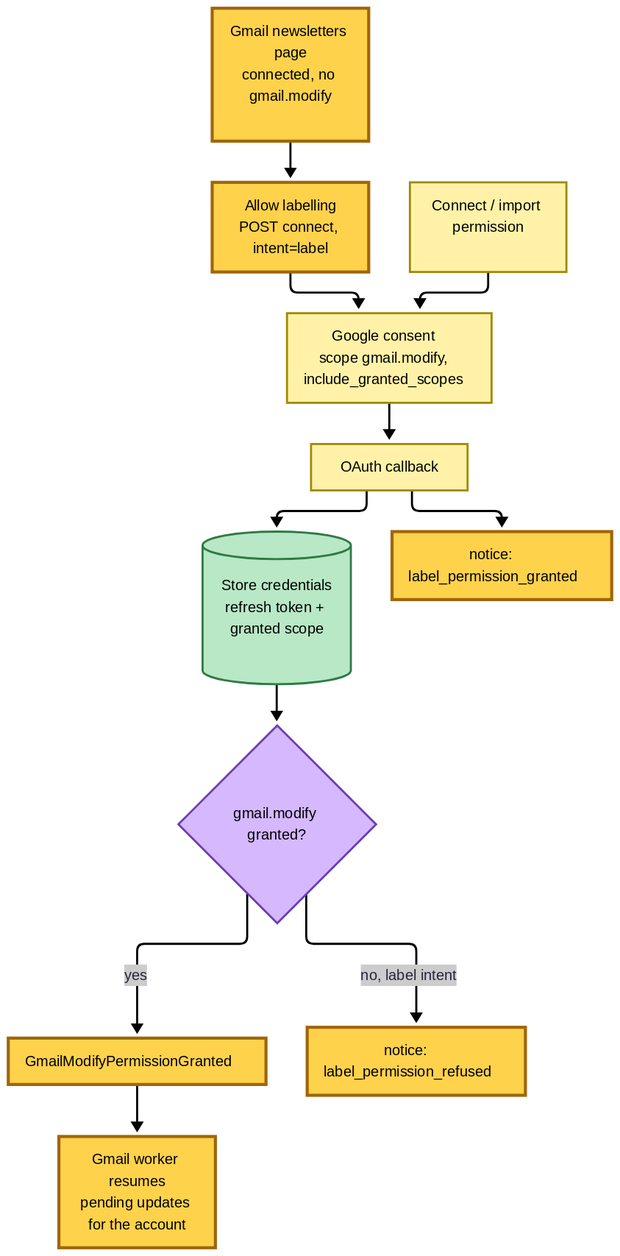
Above: .architecture/2026-10-27-b918eea/diagrams/permission.svg in Readplace/readplace.com (BPMN), before the change. Its source is kept beside it as .architecture/2026-10-27-b918eea/diagrams-bpmn/permission.bpmn. Ids are renumbered.
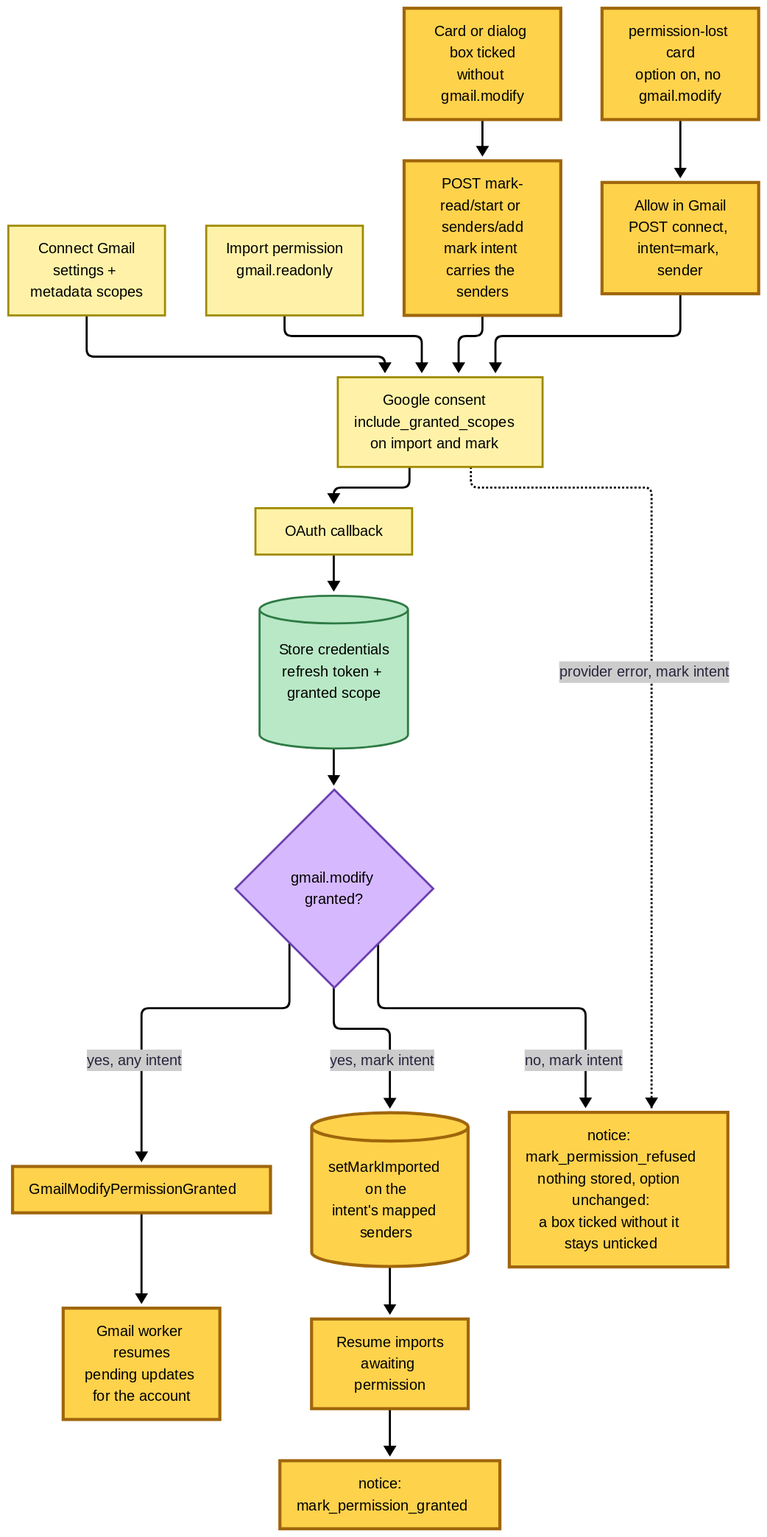
The same file after the commit.

Change to the diagram source:
```diff
@@ -1,143 +1,215 @@
 <bpmn:definitions xmlns:bpmn="http://www.omg.org/spec/BPMN/20100524/MODEL" xmlns:bpmndi="http://www.omg.org/spec/BPMN/20100524/DI" xmlns:dc="http://www.omg.org/spec/DD/20100524/DC" xmlns:di="http://www.omg.org/spec/DD/20100524/DI" id="Definitions_permission" targetNamespace="http://readplace.com/architecture/bpmn">
   <bpmn:process id="Process_permission" name="permission" isExecutable="false">
-    <bpmn:task id="n_PAGE" name="Gmail newsletters page connected, no gmail.modify">
+    <bpmn:serviceTask id="n_CONNECT" name="Connect Gmail settings + metadata scopes">
       <bpmn:outgoing>f_0</bpmn:outgoing>
+    </bpmn:serviceTask>
+    <bpmn:serviceTask id="n_GOOGLE" name="Google consent include_granted_scopes on import and mark">
+      <bpmn:incoming>f_0</bpmn:incoming>
+      <bpmn:incoming>f_1</bpmn:incoming>
+      <bpmn:incoming>f_4</bpmn:incoming>
+      <bpmn:incoming>f_5</bpmn:incoming>
+      <bpmn:outgoing>f_6</bpmn:outgoing>
+      <bpmn:outgoing>f_7</bpmn:outgoing>
+    </bpmn:serviceTask>
+    <bpmn:serviceTask id="n_IMPORT" name="Import permission gmail.readonly">
+      <bpmn:outgoing>f_1</bpmn:outgoing>
+    </bpmn:serviceTask>
+    <bpmn:task id="n_TICK" name="Card or dialog box ticked without gmail.modify">
+      <bpmn:outgoing>f_2</bpmn:outgoing>
     </bpmn:task>
-    <bpmn:task id="n_PROMPT" name="Allow labelling POST connect, intent=label">
-      <bpmn:incoming>f_0</bpmn:incoming>
-      <bpmn:outgoing>f_1</bpmn:outgoing>
+    <bpmn:task id="n_BEGIN" name="POST mark-read/start or senders/add mark intent carries the senders">
+      <bpmn:incoming>f_2</bpmn:incoming>
+      <bpmn:outgoing>f_4</bpmn:outgoing>
     </bpmn:task>
-    <bpmn:serviceTask id="n_GOOGLE" name="Google consent scope gmail.modify, include_granted_scopes">
-      <bpmn:incoming>f_1</bpmn:incoming>
-      <bpmn:incoming>f_2</bpmn:incoming>
+    <bpmn:task id="n_ROW" name="permission-lost card option on, no gmail.modify">
       <bpmn:outgoing>f_3</bpmn:outgoing>
+    </bpmn:task>
+    <bpmn:task id="n_ALLOW" name="Allow in Gmail POST connect, intent=mark, sender">
+      <bpmn:incoming>f_3</bpmn:incoming>
+      <bpmn:outgoing>f_5</bpmn:outgoing>
+    </bpmn:task>
+    <bpmn:serviceTask id="n_CB" name="OAuth callback">
+      <bpmn:incoming>f_6</bpmn:incoming>
     </bpmn:serviceTask>
-    <bpmn:serviceTask id="n_CONNECT" name="Connect / import permission">
-      <bpmn:outgoing>f_2</bpmn:outgoing>
-    </bpmn:serviceTask>
-    <bpmn:serviceTask id="n_CB" name="OAuth callback">
-      <bpmn:incoming>f_3</bpmn:incoming>
-      <bpmn:outgoing>f_9</bpmn:outgoing>
+    <bpmn:serviceTask id="n_REFUSED" name="notice: mark_permission_refused nothing stored, option unchanged: a box ticked without it stays unticked">
+      <bpmn:incoming>f_7</bpmn:incoming>
+      <bpmn:incoming>f_15</bpmn:incoming>
     </bpmn:serviceTask>
     <bpmn:dataStoreReference id="n_CRED" name="Store credentials refresh token + granted scope"></bpmn:dataStoreReference>
     <bpmn:businessRuleTask id="n_HAS" name="gmail.modify granted?">
-      <bpmn:outgoing>f_6</bpmn:outgoing>
-      <bpmn:outgoing>f_7</bpmn:outgoing>
+      <bpmn:outgoing>f_10</bpmn:outgoing>
+      <bpmn:outgoing>f_15</bpmn:outgoing>
     </bpmn:businessRuleTask>
     <bpmn:task id="n_GRANT" name="GmailModifyPermissionGranted">
-      <bpmn:incoming>f_6</bpmn:incoming>
-      <bpmn:outgoing>f_8</bpmn:outgoing>
-    </bpmn:task>
-    <bpmn:task id="n_REFUSED" name="notice: label_permission_refused">
-      <bpmn:incoming>f_7</bpmn:incoming>
+      <bpmn:incoming>f_10</bpmn:incoming>
+      <bpmn:outgoing>f_11</bpmn:outgoing>
     </bpmn:task>
     <bpmn:serviceTask id="n_RESUME" name="Gmail worker resumes pending updates for the account">
-      <bpmn:incoming>f_8</bpmn:incoming>
+      <bpmn:incoming>f_11</bpmn:incoming>
     </bpmn:serviceTask>
-    <bpmn:task id="n_NOTICE" name="notice: label_permission_granted">
-      <bpmn:incoming>f_9</bpmn:incoming>
+    <bpmn:dataStoreReference id="n_TURNON" name="setMarkImported on the intent's mapped senders"></bpmn:dataStoreReference>
+    <bpmn:task id="n_AWAIT" name="Resume imports awaiting permission">
+      <bpmn:outgoing>f_14</bpmn:outgoing>
     </bpmn:task>
-    <bpmn:sequenceFlow id="f_0" name="" sourceRef="n_PAGE" targetRef="n_PROMPT" />
-    <bpmn:sequenceFlow id="f_1" name="" sourceRef="n_PROMPT" targetRef="n_GOOGLE" />
-    <bpmn:sequenceFlow id="f_2" name="" sourceRef="n_CONNECT" targetRef="n_GOOGLE" />
-    <bpmn:sequenceFlow id="f_3" name="" sourceRef="n_GOOGLE" targetRef="n_CB" />
-    <bpmn:sequenceFlow id="f_6" name="yes" sourceRef="n_HAS" targetRef="n_GRANT" />
-    <bpmn:sequenceFlow id="f_7" name="no, label intent" sourceRef="n_HAS" targetRef="n_REFUSED" />
-    <bpmn:sequenceFlow id="f_8" name="" sourceRef="n_GRANT" targetRef="n_RESUME" />
-    <bpmn:sequenceFlow id="f_9" name="" sourceRef="n_CB" targetRef="n_NOTICE" />
-    <bpmn:association id="f_4" sourceRef="n_CB" targetRef="n_CRED" associationDirection="One" />
-    <bpmn:association id="f_5" sourceRef="n_CRED" targetRef="n_HAS" associationDirection="One" />
+    <bpmn:task id="n_GRANTED" name="notice: mark_permission_granted">
+      <bpmn:incoming>f_14</bpmn:incoming>
+    </bpmn:task>
+    <bpmn:sequenceFlow id="f_0" name="" sourceRef="n_CONNECT" targetRef="n_GOOGLE" />
+    <bpmn:sequenceFlow id="f_1" name="" sourceRef="n_IMPORT" targetRef="n_GOOGLE" />
+    <bpmn:sequenceFlow id="f_2" name="" sourceRef="n_TICK" targetRef="n_BEGIN" />
+    <bpmn:sequenceFlow id="f_3" name="" sourceRef="n_ROW" targetRef="n_ALLOW" />
+    <bpmn:sequenceFlow id="f_4" name="" sourceRef="n_BEGIN" targetRef="n_GOOGLE" />
+    <bpmn:sequenceFlow id="f_5" name="" sourceRef="n_ALLOW" targetRef="n_GOOGLE" />
+    <bpmn:sequenceFlow id="f_6" name="" sourceRef="n_GOOGLE" targetRef="n_CB" />
+    <bpmn:sequenceFlow id="f_7" name="provider error, mark intent" sourceRef="n_GOOGLE" targetRef="n_REFUSED" />
+    <bpmn:sequenceFlow id="f_10" name="yes, any intent" sourceRef="n_HAS" targetRef="n_GRANT" />
+    <bpmn:sequenceFlow id="f_11" name="" sourceRef="n_GRANT" targetRef="n_RESUME" />
+    <bpmn:sequenceFlow id="f_14" name="" sourceRef="n_AWAIT" targetRef="n_GRANTED" />
+    <bpmn:sequenceFlow id="f_15" name="no, mark intent" sourceRef="n_HAS" targetRef="n_REFUSED" />
+    <bpmn:association id="f_8" sourceRef="n_CB" targetRef="n_CRED" associationDirection="One" />
+    <bpmn:association id="f_9" sourceRef="n_CRED" targetRef="n_HAS" associationDirection="One" />
+    <bpmn:association id="f_12" sourceRef="n_HAS" targetRef="n_TURNON" associationDirection="One" />
+    <bpmn:association id="f_13" sourceRef="n_TURNON" targetRef="n_AWAIT" associationDirection="One" />
   </bpmn:process>
   <bpmndi:BPMNDiagram id="Diagram_permission">
     <bpmndi:BPMNPlane id="Plane_permission" bpmnElement="Process_permission">
-      <bpmndi:BPMNShape id="n_PAGE_di" bpmnElement="n_PAGE">
-        <dc:Bounds x="54.13" y="28" width="197.75" height="52" />
-      </bpmndi:BPMNShape>
-      <bpmndi:BPMNShape id="n_PROMPT_di" bpmnElement="n_PROMPT">
-        <dc:Bounds x="140.13" y="138" width="197.5" height="52" />
+      <bpmndi:BPMNShape id="n_CONNECT_di" bpmnElement="n_CONNECT">
+        <dc:Bounds x="28" y="28" width="201.5" height="52" />
       </bpmndi:BPMNShape>
       <bpmndi:BPMNShape id="n_GOOGLE_di" bpmnElement="n_GOOGLE">
-        <dc:Bounds x="151.63" y="248" width="174.5" height="68" />
+        <dc:Bounds x="356.88" y="280" width="174.5" height="68" />
       </bpmndi:BPMNShape>
-      <bpmndi:BPMNShape id="n_CONNECT_di" bpmnElement="n_CONNECT">
-        <dc:Bounds x="287.88" y="28" width="135.75" height="52" />
+      <bpmndi:BPMNShape id="n_IMPORT_di" bpmnElement="n_IMPORT">
+        <dc:Bounds x="265.5" y="28" width="147.25" height="52" />
+      </bpmndi:BPMNShape>
+      <bpmndi:BPMNShape id="n_TICK_di" bpmnElement="n_TICK">
+        <dc:Bounds x="448.75" y="28" width="183.25" height="52" />
+      </bpmndi:BPMNShape>
+      <bpmndi:BPMNShape id="n_BEGIN_di" bpmnElement="n_BEGIN">
+        <dc:Bounds x="252.5" y="138" width="192" height="84" />
+      </bpmndi:BPMNShape>
+      <bpmndi:BPMNShape id="n_ROW_di" bpmnElement="n_ROW">
+        <dc:Bounds x="668" y="28" width="192.25" height="52" />
+      </bpmndi:BPMNShape>
+      <bpmndi:BPMNShape id="n_ALLOW_di" bpmnElement="n_ALLOW">
+        <dc:Bounds x="480.5" y="146" width="155.25" height="68" />
       </bpmndi:BPMNShape>
       <bpmndi:BPMNShape id="n_CB_di" bpmnElement="n_CB">
-        <dc:Bounds x="179.5" y="374" width="118.75" height="48" />
+        <dc:Bounds x="384.75" y="406" width="118.75" height="48" />
+      </bpmndi:BPMNShape>
+      <bpmndi:BPMNShape id="n_REFUSED_di" bpmnElement="n_REFUSED">
+        <dc:Bounds x="132.79" y="755" width="190.5" height="116" />
       </bpmndi:BPMNShape>
       <bpmndi:BPMNShape id="n_CRED_di" bpmnElement="n_CRED">
-        <dc:Bounds x="32.13" y="480" width="190" height="48" />
+        <dc:Bounds x="349.13" y="512" width="190" height="48" />
       </bpmndi:BPMNShape>
       <bpmndi:BPMNShape id="n_HAS_di" bpmnElement="n_HAS">
-        <dc:Bounds x="154.75" y="617" width="168.25" height="48" />
+        <dc:Bounds x="360" y="649" width="168.25" height="48" />
       </bpmndi:BPMNShape>
       <bpmndi:BPMNShape id="n_GRANT_di" bpmnElement="n_GRANT">
-        <dc:Bounds x="28" y="723" width="198.25" height="52" />
-      </bpmndi:BPMNShape>
-      <bpmndi:BPMNShape id="n_REFUSED_di" bpmnElement="n_REFUSED">
-        <dc:Bounds x="262.25" y="723" width="187.5" height="52" />
+        <dc:Bounds x="359.29" y="787" width="198.25" height="52" />
       </bpmndi:BPMNShape>
       <bpmndi:BPMNShape id="n_RESUME_di" bpmnElement="n_RESUME">
-        <dc:Bounds x="150.88" y="833" width="176" height="68" />
+        <dc:Bounds x="261" y="929" width="176" height="68" />
       </bpmndi:BPMNShape>
-      <bpmndi:BPMNShape id="n_NOTICE_di" bpmnElement="n_NOTICE">
-        <dc:Bounds x="258.13" y="493.5" width="187.5" height="52" />
+      <bpmndi:BPMNShape id="n_TURNON_di" bpmnElement="n_TURNON">
+        <dc:Bounds x="593.54" y="773.5" width="161.92" height="48" />
+      </bpmndi:BPMNShape>
+      <bpmndi:BPMNShape id="n_AWAIT_di" bpmnElement="n_AWAIT">
+        <dc:Bounds x="473" y="937" width="154.25" height="52" />
+      </bpmndi:BPMNShape>
+      <bpmndi:BPMNShape id="n_GRANTED_di" bpmnElement="n_GRANTED">
+        <dc:Bounds x="348.88" y="1055" width="190.5" height="52" />
       </bpmndi:BPMNShape>
       <bpmndi:BPMNEdge id="f_0_di" bpmnElement="f_0">
-        <di:waypoint x="153" y="80" />
-        <di:waypoint x="153" y="109" />
-        <di:waypoint x="238.88" y="109" />
-        <di:waypoint x="238.88" y="138" />
+        <di:waypoint x="128.75" y="80" />
+        <di:waypoint x="128.75" y="180" />
+        <di:waypoint x="444.13" y="180" />
+        <di:waypoint x="444.13" y="280" />
       </bpmndi:BPMNEdge>
       <bpmndi:BPMNEdge id="f_1_di" bpmnElement="f_1">
-        <di:waypoint x="238.88" y="190" />
-        <di:waypoint x="238.88" y="248" />
+        <di:waypoint x="339.13" y="80" />
+        <di:waypoint x="339.13" y="180" />
+        <di:waypoint x="444.13" y="180" />
+        <di:waypoint x="444.13" y="280" />
       </bpmndi:BPMNEdge>
       <bpmndi:BPMNEdge id="f_2_di" bpmnElement="f_2">
-        <di:waypoint x="355.75" y="80" />
-        <di:waypoint x="355.75" y="164" />
-        <di:waypoint x="238.88" y="164" />
-        <di:waypoint x="238.88" y="248" />
+        <di:waypoint x="540.38" y="80" />
+        <di:waypoint x="540.38" y="109" />
+        <di:waypoint x="348.5" y="109" />
+        <di:waypoint x="348.5" y="138" />
       </bpmndi:BPMNEdge>
       <bpmndi:BPMNEdge id="f_3_di" bpmnElement="f_3">
-        <di:waypoint x="238.88" y="316" />
-        <di:waypoint x="238.88" y="374" />
+        <di:waypoint x="764.13" y="80" />
+        <di:waypoint x="764.13" y="113" />
+        <di:waypoint x="558.13" y="113" />
+        <di:waypoint x="558.13" y="146" />
+      </bpmndi:BPMNEdge>
+      <bpmndi:BPMNEdge id="f_4_di" bpmnElement="f_4">
+        <di:waypoint x="348.5" y="222" />
+        <di:waypoint x="348.5" y="251" />
+        <di:waypoint x="444.13" y="251" />
+        <di:waypoint x="444.13" y="280" />
+      </bpmndi:BPMNEdge>
+      <bpmndi:BPMNEdge id="f_5_di" bpmnElement="f_5">
+        <di:waypoint x="558.13" y="214" />
+        <di:waypoint x="558.13" y="247" />
+        <di:waypoint x="444.13" y="247" />
+        <di:waypoint x="444.13" y="280" />
       </bpmndi:BPMNEdge>
       <bpmndi:BPMNEdge id="f_6_di" bpmnElement="f_6">
-        <di:waypoint x="238.88" y="665" />
-        <di:waypoint x="238.88" y="694" />
-        <di:waypoint x="127.13" y="694" />
-        <di:waypoint x="127.13" y="723" />
+        <di:waypoint x="444.13" y="348" />
+        <di:waypoint x="444.13" y="406" />
       </bpmndi:BPMNEdge>
       <bpmndi:BPMNEdge id="f_7_di" bpmnElement="f_7">
-        <di:waypoint x="238.88" y="665" />
-        <di:waypoint x="238.88" y="694" />
-        <di:waypoint x="356" y="694" />
-        <di:waypoint x="356" y="723" />
+        <di:waypoint x="444.13" y="348" />
+        <di:waypoint x="444.13" y="551.5" />
+        <di:waypoint x="228.04" y="551.5" />
+        <di:waypoint x="228.04" y="755" />
+      </bpmndi:BPMNEdge>
+      <bpmndi:BPMNEdge id="f_10_di" bpmnElement="f_10">
+        <di:waypoint x="444.13" y="697" />
+        <di:waypoint x="444.13" y="742" />
+        <di:waypoint x="458.42" y="742" />
+        <di:waypoint x="458.42" y="787" />
+      </bpmndi:BPMNEdge>
+      <bpmndi:BPMNEdge id="f_11_di" bpmnElement="f_11">
+        <di:waypoint x="458.42" y="839" />
+        <di:waypoint x="458.42" y="884" />
+        <di:waypoint x="349" y="884" />
+        <di:waypoint x="349" y="929" />
+      </bpmndi:BPMNEdge>
+      <bpmndi:BPMNEdge id="f_14_di" bpmnElement="f_14">
+        <di:waypoint x="550.13" y="989" />
+        <di:waypoint x="550.13" y="1022" />
+        <di:waypoint x="444.13" y="1022" />
+        <di:waypoint x="444.13" y="1055" />
+      </bpmndi:BPMNEdge>
+      <bpmndi:BPMNEdge id="f_15_di" bpmnElement="f_15">
+        <di:waypoint x="444.13" y="697" />
+        <di:waypoint x="444.13" y="726" />
+        <di:waypoint x="228.04" y="726" />
+        <di:waypoint x="228.04" y="755" />
       </bpmndi:BPMNEdge>
       <bpmndi:BPMNEdge id="f_8_di" bpmnElement="f_8">
-        <di:waypoint x="127.13" y="775" />
-        <di:waypoint x="127.13" y="804" />
-        <di:waypoint x="238.88" y="804" />
-        <di:waypoint x="238.88" y="833" />
+        <di:waypoint x="444.13" y="454" />
+        <di:waypoint x="444.13" y="512" />
       </bpmndi:BPMNEdge>
       <bpmndi:BPMNEdge id="f_9_di" bpmnElement="f_9">
-        <di:waypoint x="238.88" y="422" />
-        <di:waypoint x="238.88" y="457.75" />
-        <di:waypoint x="351.88" y="457.75" />
-        <di:waypoint x="351.88" y="493.5" />
+        <di:waypoint x="444.13" y="560" />
+        <di:waypoint x="444.13" y="649" />
       </bpmndi:BPMNEdge>
-      <bpmndi:BPMNEdge id="f_4_di" bpmnElement="f_4">
-        <di:waypoint x="238.88" y="422" />
-        <di:waypoint x="238.88" y="451" />
-        <di:waypoint x="127.13" y="451" />
-        <di:waypoint x="127.13" y="480" />
+      <bpmndi:BPMNEdge id="f_12_di" bpmnElement="f_12">
+        <di:waypoint x="444.13" y="697" />
+        <di:waypoint x="444.13" y="735.25" />
+        <di:waypoint x="674.5" y="735.25" />
+        <di:waypoint x="674.5" y="773.5" />
       </bpmndi:BPMNEdge>
-      <bpmndi:BPMNEdge id="f_5_di" bpmnElement="f_5">
-        <di:waypoint x="127.13" y="528" />
-        <di:waypoint x="127.13" y="572.5" />
-        <di:waypoint x="238.88" y="572.5" />
-        <di:waypoint x="238.88" y="617" />
+      <bpmndi:BPMNEdge id="f_13_di" bpmnElement="f_13">
+        <di:waypoint x="674.5" y="821.5" />
+        <di:waypoint x="674.5" y="879.25" />
+        <di:waypoint x="550.13" y="879.25" />
+        <di:waypoint x="550.13" y="937" />
       </bpmndi:BPMNEdge>
     </bpmndi:BPMNPlane>
   </bpmndi:BPMNDiagram>
```
